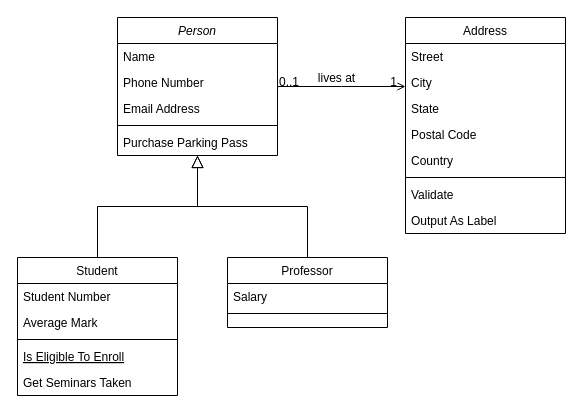
This is OPT3-2023/documentation/Untitled Diagram.drawio from jipiekaye/OPT3-2023, a draw.io file, before an edit. Source tidied: cells renumbered, new cells numbered last; positions are measured from the earlier drawing's top-left corner, leaving out a move shared by most shapes. Both pictures are drawn from the tidied source at 100%, with x=0, y=0 at pixel (17, 17).
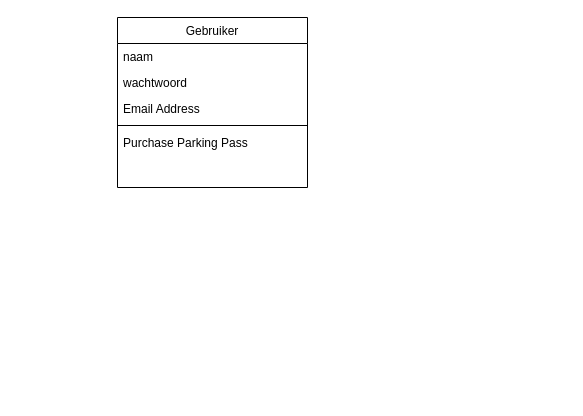
The same diagram, later.

Diff of the diagram source:
```diff
@@
-    <mxCell id="2" value="Person" style="swimlane;fontStyle=2;align=center;verticalAlign=top;horizontal=1;startSize=26;rounded=0;shadow=0;strokeWidth=1;" parent="1" vertex="1">
-      <mxGeometry x="100" width="160" height="138" as="geometry" />
+    <mxCell id="2" value="Gebruiker" style="swimlane;fontStyle=0;align=center;verticalAlign=top;horizontal=1;startSize=26;rounded=0;shadow=0;strokeWidth=1;" parent="1" vertex="1">
+      <mxGeometry x="100" width="190" height="170" as="geometry" />
     </mxCell>
-    <mxCell id="3" value="Name" style="text;align=left;verticalAlign=top;spacingLeft=4;spacingRight=4;overflow=hidden;" parent="2" vertex="1">
-      <mxGeometry y="26" width="160" height="26" as="geometry" />
+    <mxCell id="3" value="naam" style="text;align=left;verticalAlign=top;spacingLeft=4;spacingRight=4;overflow=hidden;" parent="2" vertex="1">
+      <mxGeometry y="26" width="190" height="26" as="geometry" />
     </mxCell>
-    <mxCell id="4" value="Phone Number" style="text;align=left;verticalAlign=top;spacingLeft=4;spacingRight=4;overflow=hidden;rounded=0;shadow=0;html=0;" parent="2" vertex="1">
-      <mxGeometry y="52" width="160" height="26" as="geometry" />
+    <mxCell id="4" value="wachtwoord" style="text;align=left;verticalAlign=top;spacingLeft=4;spacingRight=4;overflow=hidden;rounded=0;shadow=0;html=0;" parent="2" vertex="1">
+      <mxGeometry y="52" width="190" height="26" as="geometry" />
     </mxCell>
     <mxCell id="5" value="Email Address" style="text;align=left;verticalAlign=top;spacingLeft=4;spacingRight=4;overflow=hidden;rounded=0;shadow=0;html=0;" parent="2" vertex="1">
-      <mxGeometry y="78" width="160" height="26" as="geometry" />
+      <mxGeometry y="78" width="190" height="26" as="geometry" />
     </mxCell>
     <mxCell id="6" style="line;html=1;strokeWidth=1;align=left;verticalAlign=middle;spacingTop=-1;spacingLeft=3;spacingRight=3;labelPosition=right;" parent="2" vertex="1">
-      <mxGeometry y="104" width="160" height="8" as="geometry" />
+      <mxGeometry y="104" width="190" height="8" as="geometry" />
     </mxCell>
     <mxCell id="7" value="Purchase Parking Pass" style="text;align=left;verticalAlign=top;spacingLeft=4;spacingRight=4;overflow=hidden;" parent="2" vertex="1">
-      <mxGeometry y="112" width="160" height="26" as="geometry" />
+      <mxGeometry y="112" width="190" height="26" as="geometry" />
     </mxCell>
-    <mxCell id="8" value="Student" style="swimlane;fontStyle=0;align=center;verticalAlign=top;horizontal=1;startSize=26;rounded=0;shadow=0;strokeWidth=1;" parent="1" vertex="1">
-      <mxGeometry y="240" width="160" height="138" as="geometry" />
-    </mxCell>
-    <mxCell id="9" value="Student Number" style="text;align=left;verticalAlign=top;spacingLeft=4;spacingRight=4;overflow=hidden;" parent="8" vertex="1">
-      <mxGeometry y="26" width="160" height="26" as="geometry" />
-    </mxCell>
-    <mxCell id="10" value="Average Mark" style="text;align=left;verticalAlign=top;spacingLeft=4;spacingRight=4;overflow=hidden;rounded=0;shadow=0;html=0;" parent="8" vertex="1">
-      <mxGeometry y="52" width="160" height="26" as="geometry" />
-    </mxCell>
-    <mxCell id="11" style="line;html=1;strokeWidth=1;align=left;verticalAlign=middle;spacingTop=-1;spacingLeft=3;spacingRight=3;labelPosition=right;" parent="8" vertex="1">
-      <mxGeometry y="78" width="160" height="8" as="geometry" />
-    </mxCell>
-    <mxCell id="12" value="Is Eligible To Enroll" style="text;align=left;verticalAlign=top;spacingLeft=4;spacingRight=4;overflow=hidden;fontStyle=4;" parent="8" vertex="1">
-      <mxGeometry y="86" width="160" height="26" as="geometry" />
-    </mxCell>
-    <mxCell id="13" value="Get Seminars Taken" style="text;align=left;verticalAlign=top;spacingLeft=4;spacingRight=4;overflow=hidden;" parent="8" vertex="1">
-      <mxGeometry y="112" width="160" height="26" as="geometry" />
-    </mxCell>
-    <mxCell id="14" style="endArrow=block;endSize=10;endFill=0;shadow=0;strokeWidth=1;rounded=0;edgeStyle=elbowEdgeStyle;elbow=vertical;" parent="1" edge="1" source="8" target="2">
-      <mxGeometry relative="1" as="geometry" />
-    </mxCell>
-    <mxCell id="15" value="Professor" style="swimlane;fontStyle=0;align=center;verticalAlign=top;horizontal=1;startSize=26;rounded=0;shadow=0;strokeWidth=1;" parent="1" vertex="1">
-      <mxGeometry x="210" y="240" width="160" height="70" as="geometry" />
-    </mxCell>
-    <mxCell id="16" value="Salary" style="text;align=left;verticalAlign=top;spacingLeft=4;spacingRight=4;overflow=hidden;" parent="15" vertex="1">
-      <mxGeometry y="26" width="160" height="26" as="geometry" />
-    </mxCell>
-    <mxCell id="17" style="line;html=1;strokeWidth=1;align=left;verticalAlign=middle;spacingTop=-1;spacingLeft=3;spacingRight=3;labelPosition=right;" parent="15" vertex="1">
-      <mxGeometry y="52" width="160" height="8" as="geometry" />
-    </mxCell>
-    <mxCell id="18" style="endArrow=block;endSize=10;endFill=0;shadow=0;strokeWidth=1;rounded=0;edgeStyle=elbowEdgeStyle;elbow=vertical;" parent="1" edge="1" source="15" target="2">
-      <mxGeometry relative="1" as="geometry" />
-    </mxCell>
-    <mxCell id="19" value="Address" style="swimlane;fontStyle=0;align=center;verticalAlign=top;horizontal=1;startSize=26;rounded=0;shadow=0;strokeWidth=1;" parent="1" vertex="1">
-      <mxGeometry x="388" width="160" height="216" as="geometry" />
-    </mxCell>
-    <mxCell id="20" value="Street" style="text;align=left;verticalAlign=top;spacingLeft=4;spacingRight=4;overflow=hidden;" parent="19" vertex="1">
-      <mxGeometry y="26" width="160" height="26" as="geometry" />
-    </mxCell>
-    <mxCell id="21" value="City" style="text;align=left;verticalAlign=top;spacingLeft=4;spacingRight=4;overflow=hidden;rounded=0;shadow=0;html=0;" parent="19" vertex="1">
-      <mxGeometry y="52" width="160" height="26" as="geometry" />
-    </mxCell>
-    <mxCell id="22" value="State" style="text;align=left;verticalAlign=top;spacingLeft=4;spacingRight=4;overflow=hidden;rounded=0;shadow=0;html=0;" parent="19" vertex="1">
-      <mxGeometry y="78" width="160" height="26" as="geometry" />
-    </mxCell>
-    <mxCell id="23" value="Postal Code" style="text;align=left;verticalAlign=top;spacingLeft=4;spacingRight=4;overflow=hidden;rounded=0;shadow=0;html=0;" parent="19" vertex="1">
-      <mxGeometry y="104" width="160" height="26" as="geometry" />
-    </mxCell>
-    <mxCell id="24" value="Country" style="text;align=left;verticalAlign=top;spacingLeft=4;spacingRight=4;overflow=hidden;rounded=0;shadow=0;html=0;" parent="19" vertex="1">
-      <mxGeometry y="130" width="160" height="26" as="geometry" />
-    </mxCell>
-    <mxCell id="25" style="line;html=1;strokeWidth=1;align=left;verticalAlign=middle;spacingTop=-1;spacingLeft=3;spacingRight=3;labelPosition=right;" parent="19" vertex="1">
-      <mxGeometry y="156" width="160" height="8" as="geometry" />
-    </mxCell>
-    <mxCell id="26" value="Validate" style="text;align=left;verticalAlign=top;spacingLeft=4;spacingRight=4;overflow=hidden;" parent="19" vertex="1">
-      <mxGeometry y="164" width="160" height="26" as="geometry" />
-    </mxCell>
-    <mxCell id="27" value="Output As Label" style="text;align=left;verticalAlign=top;spacingLeft=4;spacingRight=4;overflow=hidden;" parent="19" vertex="1">
-      <mxGeometry y="190" width="160" height="26" as="geometry" />
-    </mxCell>
-    <mxCell id="28" style="endArrow=open;shadow=0;strokeWidth=1;rounded=0;endFill=1;edgeStyle=elbowEdgeStyle;elbow=vertical;" parent="1" edge="1" source="2" target="19">
-      <mxGeometry x="0.5" y="41" relative="1" as="geometry">
-        <mxPoint x="-40" y="32" as="offset" />
-      </mxGeometry>
-    </mxCell>
-    <mxCell id="29" value="0..1" style="align=left;verticalAlign=bottom;labelBackgroundColor=none;fontSize=12;" parent="28" vertex="1">
-      <mxGeometry x="-1" relative="1" as="geometry">
-        <mxPoint y="4" as="offset" />
-      </mxGeometry>
-    </mxCell>
-    <mxCell id="30" value="1" style="align=right;verticalAlign=bottom;labelBackgroundColor=none;fontSize=12;" parent="28" vertex="1">
-      <mxGeometry x="1" relative="1" as="geometry">
-        <mxPoint x="-7" y="4" as="offset" />
-      </mxGeometry>
-    </mxCell>
-    <mxCell id="31" value="lives at" style="text;html=1;align=center;verticalAlign=middle;labelBackgroundColor=none;rounded=0;shadow=0;strokeWidth=1;fontSize=12;" parent="28" vertex="1">
-      <mxGeometry x="0.5" y="49" relative="1" as="geometry">
-        <mxPoint x="-38" y="40" as="offset" />
-      </mxGeometry>
-    </mxCell>
```
